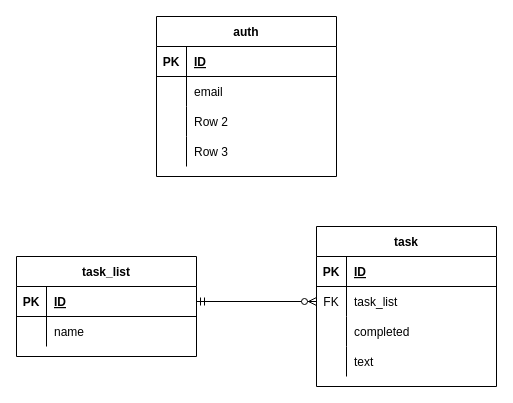
The draw.io diagram documentation/dbERD.drawio in syminical/BeyondMD-dockerized-Django-Postgres-Twilio-App, before the edit. Source tidied: cells renumbered, new cells numbered last; positions are measured from the earlier drawing's top-left corner, leaving out a move shared by most shapes. Both pictures are drawn from the tidied source at 100%, with x=0, y=0 at pixel (16, 16).
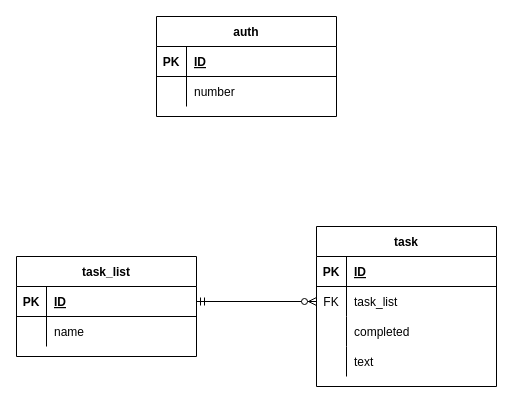
The same diagram, later.

Unchanged cells that the change refers to:
```xml
<mxCell id="27" style="shape=partialRectangle;fillColor=none;top=0;left=0;bottom=0;right=0;" parent="23" vertex="1">
  <mxGeometry y="60" width="180" height="30" as="geometry" />
</mxCell>
```

Change to the diagram source:
```diff
@@
     <mxCell id="23" value="auth" style="shape=table;startSize=30;childLayout=tableLayout;rowLines=0;fontStyle=1;align=center;" parent="1" vertex="1">
-      <mxGeometry x="140" width="180" height="160" as="geometry" />
+      <mxGeometry x="140" width="180" height="100" as="geometry" />
     </mxCell>
@@
-    <mxCell id="29" value="email" style="shape=partialRectangle;fillColor=none;top=0;left=0;bottom=0;right=0;align=left;spacingLeft=6;overflow=hidden;" parent="27" vertex="1">
+    <mxCell id="29" value="number" style="shape=partialRectangle;fillColor=none;top=0;left=0;bottom=0;right=0;align=left;spacingLeft=6;overflow=hidden;" parent="27" vertex="1">
       <mxGeometry x="30" width="150" height="30" as="geometry" />
     </mxCell>
-    <mxCell id="30" style="shape=partialRectangle;fillColor=none;top=0;left=0;bottom=0;right=0;" parent="23" vertex="1">
-      <mxGeometry y="90" width="180" height="30" as="geometry" />
-    </mxCell>
-    <mxCell id="31" style="shape=partialRectangle;fillColor=none;top=0;left=0;bottom=0;right=0;overflow=hidden;" parent="30" vertex="1">
-      <mxGeometry width="30" height="30" as="geometry" />
-    </mxCell>
-    <mxCell id="32" value="Row 2" style="shape=partialRectangle;fillColor=none;top=0;left=0;bottom=0;right=0;align=left;spacingLeft=6;overflow=hidden;" parent="30" vertex="1">
-      <mxGeometry x="30" width="150" height="30" as="geometry" />
-    </mxCell>
-    <mxCell id="33" style="shape=partialRectangle;fillColor=none;top=0;left=0;bottom=0;right=0;" parent="23" vertex="1">
-      <mxGeometry y="120" width="180" height="30" as="geometry" />
-    </mxCell>
-    <mxCell id="34" style="shape=partialRectangle;fillColor=none;top=0;left=0;bottom=0;right=0;overflow=hidden;" parent="33" vertex="1">
-      <mxGeometry width="30" height="30" as="geometry" />
-    </mxCell>
-    <mxCell id="35" value="Row 3" style="shape=partialRectangle;fillColor=none;top=0;left=0;bottom=0;right=0;align=left;spacingLeft=6;overflow=hidden;" parent="33" vertex="1">
-      <mxGeometry x="30" width="150" height="30" as="geometry" />
-    </mxCell>
```
